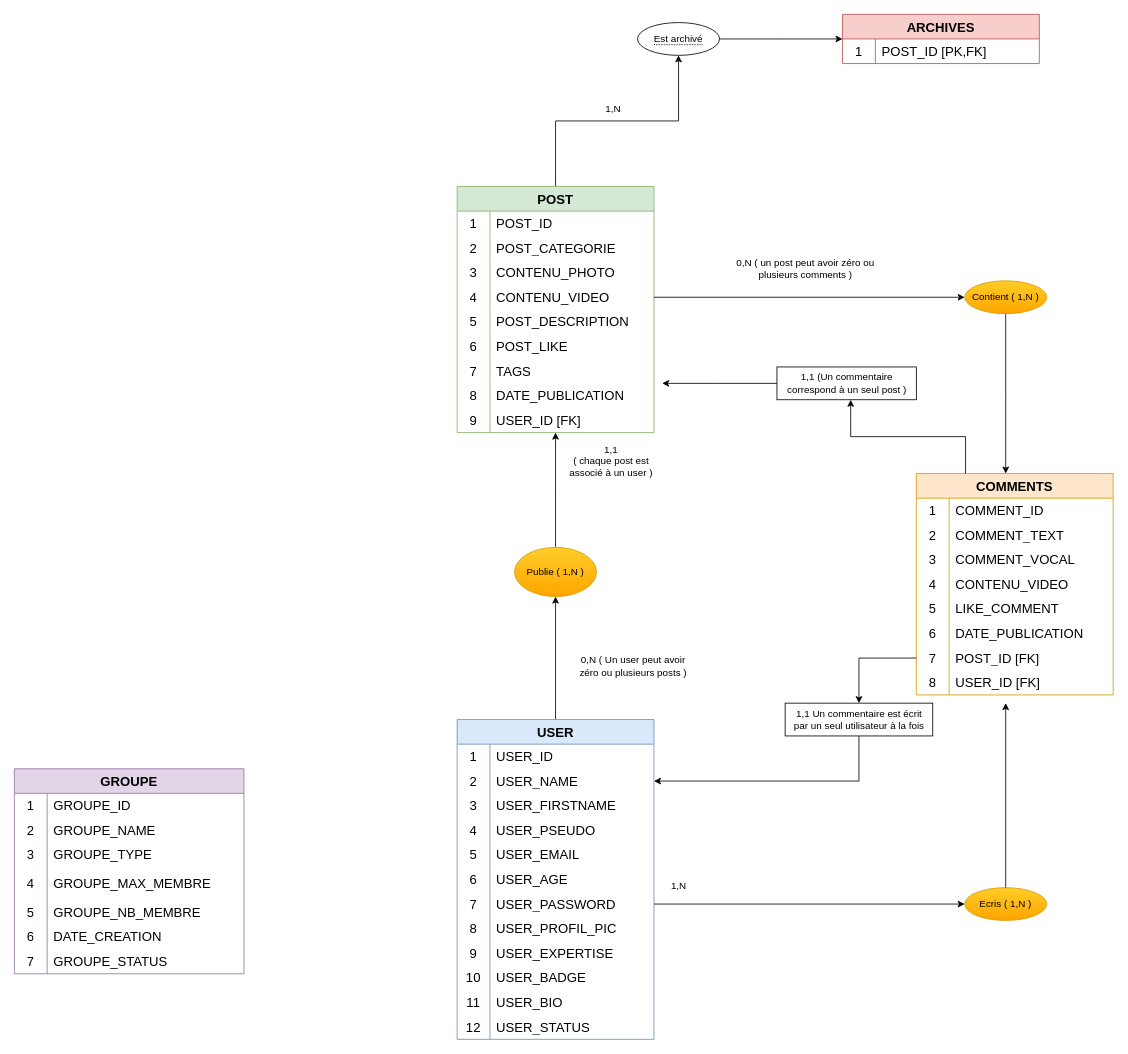
Before: programming/node/sneakersLab/Projet _SneakersLab_.drawio in Frantz-tech/current-training, a draw.io diagram. Source tidied: cells renumbered, new cells numbered last; positions are measured from the earlier drawing's top-left corner, leaving out a move shared by most shapes. Both pictures are drawn from the tidied source at 82%, with x=0, y=0 at pixel (14, 14).
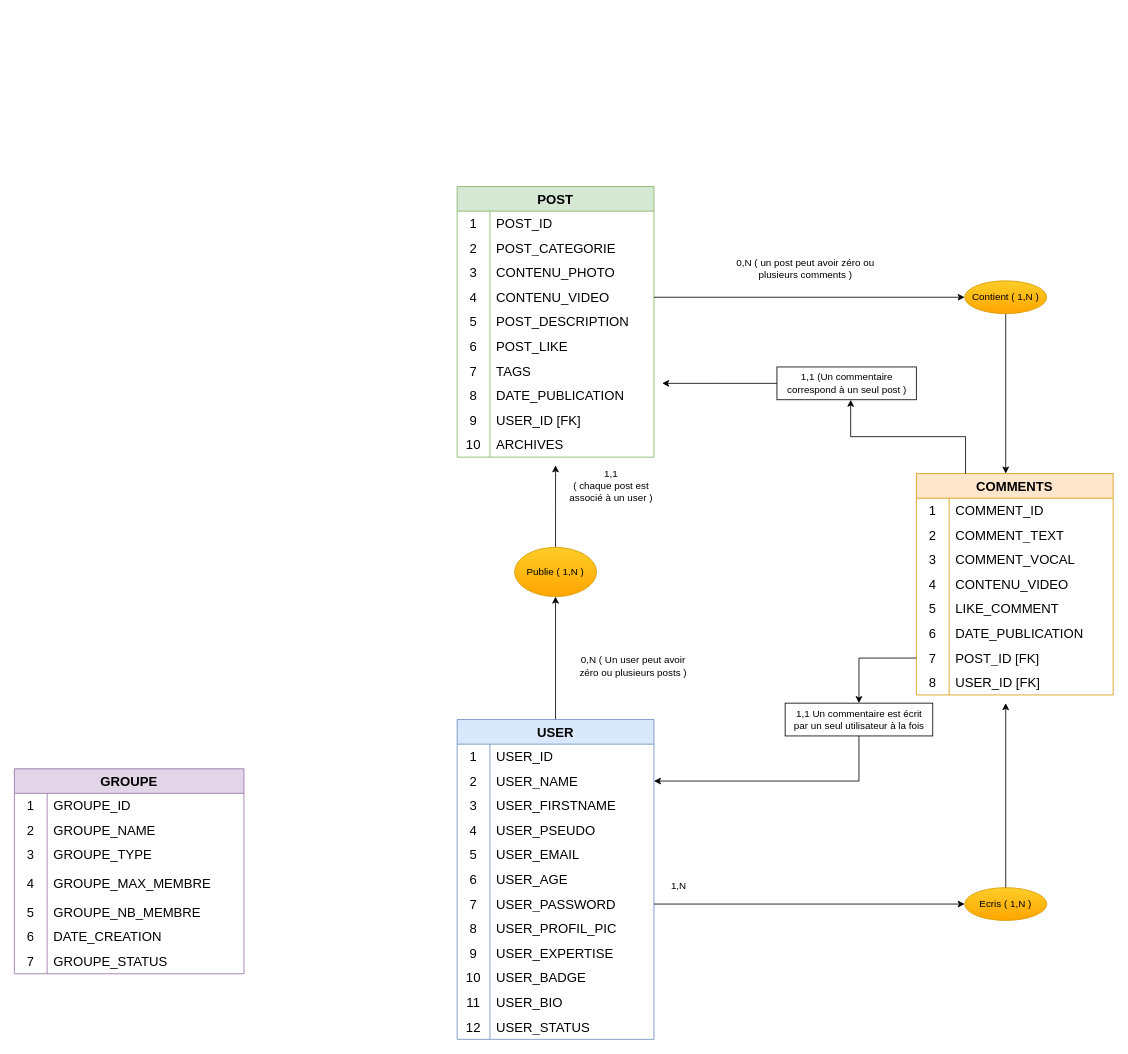
The same diagram, later.

Commit message:
Mettre à jour Projet _SneakersLab_.drawio

Unchanged cells that the change refers to:
```xml
<mxCell id="123" value="Publie ( 1,N )" style="ellipse;whiteSpace=wrap;html=1;align=center;fillColor=#ffcd28;gradientColor=#ffa500;strokeColor=#d79b00;" parent="1" vertex="1">
  <mxGeometry x="610" y="650" width="100" height="60" as="geometry" />
</mxCell>
```

The edit, as a diff of the source:
```diff
@@
-    <mxCell id="40" style="edgeStyle=orthogonalEdgeStyle;rounded=0;jettySize=auto;html=1;" parent="1" edge="1" source="41" target="139">
-      <mxGeometry relative="1" as="geometry" />
-    </mxCell>
     <mxCell id="41" value="POST" style="shape=table;startSize=30;childLayout=tableLayout;rowLines=0;fontStyle=1;strokeColor=#82b366;fontSize=16;fillColor=#d5e8d4;" parent="1" vertex="1">
-      <mxGeometry x="540" y="210" width="240" height="300" as="geometry" />
+      <mxGeometry x="540" y="210" width="240" height="330" as="geometry" />
     </mxCell>
@@
+    <mxCell id="141" style="shape=tableRow;horizontal=0;startSize=0;swimlaneHead=0;swimlaneBody=0;top=0;left=0;bottom=0;right=0;fillColor=none;strokeColor=inherit;fontSize=16;" parent="41" vertex="1">
+      <mxGeometry y="300" width="240" height="30" as="geometry" />
+    </mxCell>
+    <mxCell id="142" value="10" style="shape=partialRectangle;html=1;whiteSpace=wrap;fillColor=none;top=0;left=0;bottom=0;right=0;overflow=hidden;strokeColor=inherit;fontSize=16;" parent="141" vertex="1">
+      <mxGeometry width="40" height="30" as="geometry" />
+    </mxCell>
+    <mxCell id="94" value="ARCHIVES" style="shape=partialRectangle;html=1;whiteSpace=wrap;fillColor=none;top=0;left=0;bottom=0;right=0;align=left;spacingLeft=6;overflow=hidden;strokeColor=inherit;fontSize=16;" parent="141" vertex="1">
+      <mxGeometry x="40" width="200" height="30" as="geometry" />
+    </mxCell>
@@
-    <mxCell id="94" value="ARCHIVES" style="shape=table;startSize=30;childLayout=tableLayout;rowLines=0;fontStyle=1;strokeColor=#b85450;fontSize=16;fillColor=#f8cecc;" parent="1" vertex="1">
-      <mxGeometry x="1010" width="240" height="60" as="geometry" />
-    </mxCell>
-    <mxCell id="95" style="shape=tableRow;horizontal=0;startSize=0;swimlaneHead=0;swimlaneBody=0;top=0;left=0;bottom=0;right=0;fillColor=none;strokeColor=inherit;fontSize=16;" parent="94" vertex="1">
-      <mxGeometry y="30" width="240" height="30" as="geometry" />
-    </mxCell>
-    <mxCell id="96" value="1" style="shape=partialRectangle;html=1;whiteSpace=wrap;fillColor=none;top=0;left=0;bottom=0;right=0;overflow=hidden;strokeColor=inherit;fontSize=16;" parent="95" vertex="1">
-      <mxGeometry width="40" height="30" as="geometry" />
-    </mxCell>
-    <mxCell id="97" value="POST_ID [PK,FK]" style="shape=partialRectangle;html=1;whiteSpace=wrap;fillColor=none;top=0;left=0;bottom=0;right=0;align=left;spacingLeft=6;overflow=hidden;strokeColor=inherit;fontSize=16;" parent="95" vertex="1">
-      <mxGeometry x="40" width="200" height="30" as="geometry" />
-    </mxCell>
@@
     <mxCell id="122" style="edgeStyle=orthogonalEdgeStyle;rounded=0;jettySize=auto;html=1;" parent="1" edge="1" source="123">
       <mxGeometry relative="1" as="geometry">
-        <mxPoint x="660" y="510" as="targetPoint" />
+        <mxPoint x="660" y="550" as="targetPoint" />
       </mxGeometry>
     </mxCell>
@@
     <mxCell id="125" value="1,1 &lt;br&gt;( chaque post est associé à un user )" style="text;html=1;align=center;verticalAlign=middle;whiteSpace=wrap;rounded=0;" parent="1" vertex="1">
-      <mxGeometry x="663" y="520" width="130" height="50" as="geometry" />
+      <mxGeometry x="663" y="550" width="130" height="50" as="geometry" />
     </mxCell>
@@
-    <mxCell id="138" style="edgeStyle=orthogonalEdgeStyle;rounded=0;jettySize=auto;html=1;exitX=1;exitY=0.5;exitDx=0;exitDy=0;" parent="1" edge="1" source="139">
-      <mxGeometry relative="1" as="geometry">
-        <mxPoint x="1010" y="30" as="targetPoint" />
-      </mxGeometry>
-    </mxCell>
-    <mxCell id="139" value="&lt;span style=&quot;border-bottom: 1px dotted&quot;&gt;Est archivé&lt;/span&gt;" style="ellipse;whiteSpace=wrap;html=1;align=center;" parent="1" vertex="1">
-      <mxGeometry x="760" y="10" width="100" height="40" as="geometry" />
-    </mxCell>
-    <mxCell id="140" value="1,N" style="text;html=1;align=center;verticalAlign=middle;strokeColor=none;fillColor=none;" parent="1" vertex="1">
-      <mxGeometry x="710" y="100" width="40" height="30" as="geometry" />
-    </mxCell>
```
